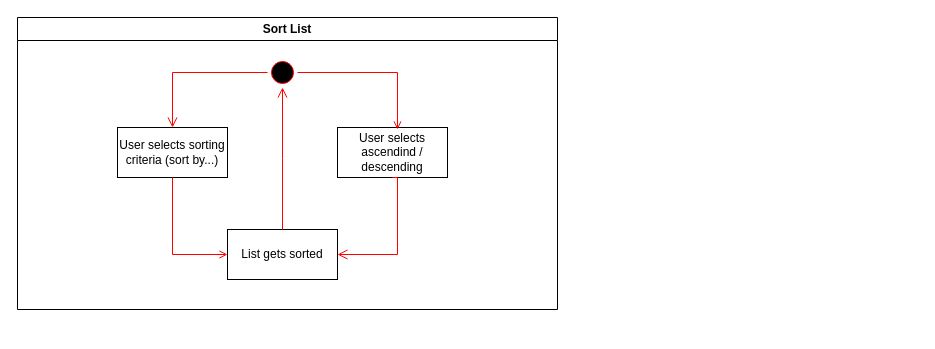
This is diagrams/working/se_activity_diagram_sort-list.drawio from TuDU-SE/documentation, a draw.io file, before an edit. Source tidied: cells renumbered, new cells numbered last; positions are measured from the earlier drawing's top-left corner, leaving out a move shared by most shapes. Both pictures are drawn from the tidied source at 100%, with x=0, y=0 at pixel (17, 17).
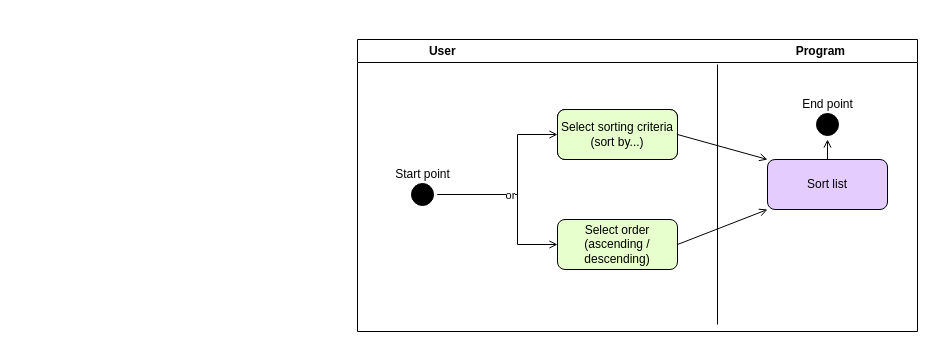
The same diagram, later.

Change to the diagram source:
```diff
@@
-    <mxCell id="2" value="Sort List" style="swimlane;whiteSpace=wrap;startSize=23;" parent="1" vertex="1">
-      <mxGeometry width="540" height="292" as="geometry" />
-    </mxCell>
-    <mxCell id="3" style="ellipse;shape=startState;fillColor=#000000;strokeColor=#ff0000;" parent="2" vertex="1">
-      <mxGeometry x="250" y="40" width="30" height="30" as="geometry" />
-    </mxCell>
-    <mxCell id="4" style="edgeStyle=elbowEdgeStyle;elbow=horizontal;verticalAlign=bottom;endArrow=open;endSize=8;strokeColor=#FF0000;endFill=1;rounded=0;entryX=0.5;entryY=0;entryDx=0;entryDy=0;" parent="2" edge="1" source="3" target="5">
-      <mxGeometry x="100" y="40" as="geometry">
-        <Array as="points">
-          <mxPoint x="155" y="72" />
-        </Array>
-      </mxGeometry>
-    </mxCell>
-    <mxCell id="5" value="User selects sorting criteria (sort by...)" style="whiteSpace=wrap;" parent="2" vertex="1">
-      <mxGeometry x="100" y="110" width="110" height="50" as="geometry" />
-    </mxCell>
-    <mxCell id="6" value="List gets sorted" style="whiteSpace=wrap;" parent="2" vertex="1">
-      <mxGeometry x="210" y="212" width="110" height="50" as="geometry" />
-    </mxCell>
-    <mxCell id="7" style="endArrow=open;strokeColor=#FF0000;endFill=1;rounded=0;entryX=0;entryY=0.5;entryDx=0;entryDy=0;exitX=0.5;exitY=1;exitDx=0;exitDy=0;" parent="2" edge="1" source="5" target="6">
-      <mxGeometry relative="1" as="geometry">
-        <Array as="points">
-          <mxPoint x="155" y="237" />
-        </Array>
-      </mxGeometry>
-    </mxCell>
-    <mxCell id="8" value="User selects ascendind / descending" style="whiteSpace=wrap;" parent="2" vertex="1">
-      <mxGeometry x="320" y="110" width="110" height="50" as="geometry" />
-    </mxCell>
-    <mxCell id="9" style="edgeStyle=elbowEdgeStyle;elbow=horizontal;verticalAlign=bottom;endArrow=open;endSize=8;strokeColor=#FF0000;endFill=1;rounded=0;entryX=1;entryY=0.5;entryDx=0;entryDy=0;exitX=0.5;exitY=1;exitDx=0;exitDy=0;" parent="2" edge="1" source="8" target="6">
-      <mxGeometry x="70" y="59" as="geometry">
-        <Array as="points">
-          <mxPoint x="380" y="232" />
-        </Array>
-      </mxGeometry>
-    </mxCell>
-    <mxCell id="10" style="endArrow=open;strokeColor=#FF0000;endFill=1;rounded=0;exitX=1;exitY=0.5;exitDx=0;exitDy=0;" parent="2" edge="1" source="3">
-      <mxGeometry relative="1" as="geometry">
-        <mxPoint x="380" y="112" as="targetPoint" />
-        <Array as="points">
-          <mxPoint x="380" y="55" />
-        </Array>
-      </mxGeometry>
-    </mxCell>
-    <mxCell id="11" style="edgeStyle=elbowEdgeStyle;elbow=horizontal;verticalAlign=bottom;endArrow=open;endSize=8;strokeColor=#FF0000;endFill=1;rounded=0;exitX=0.5;exitY=0;exitDx=0;exitDy=0;entryX=0.5;entryY=1;entryDx=0;entryDy=0;" parent="2" edge="1" source="6" target="3">
-      <mxGeometry x="-174.6" y="113" as="geometry" />
-    </mxCell>
+    <mxCell id="12" value="User                                                                                                      Program" style="swimlane;whiteSpace=wrap;startSize=23;" parent="1" vertex="1">
+      <mxGeometry x="340" y="22" width="560" height="292" as="geometry" />
+    </mxCell>
+    <mxCell id="13" style="ellipse;shape=startState;fillColor=#000000;strokeColor=#000000;" parent="12" vertex="1">
+      <mxGeometry x="50" y="140" width="30" height="30" as="geometry" />
+    </mxCell>
+    <mxCell id="14" value="Start point" style="text;html=1;align=center;verticalAlign=middle;strokeColor=none;fillColor=none;" parent="12" vertex="1">
+      <mxGeometry x="25" y="120" width="80" height="30" as="geometry" />
+    </mxCell>
+    <mxCell id="15" style="rounded=1;whiteSpace=wrap;html=1;strokeColor=#000000;fillColor=#E5CCFF;" parent="12" vertex="1">
+      <mxGeometry x="200" y="70" width="120" height="50" as="geometry" />
+    </mxCell>
+    <mxCell id="16" style="endArrow=none;html=1;rounded=0;strokeColor=#000000;" parent="12" edge="1">
+      <mxGeometry relative="1" as="geometry">
+        <mxPoint x="360" y="285" as="sourcePoint" />
+        <mxPoint x="360" y="25" as="targetPoint" />
+      </mxGeometry>
+    </mxCell>
+    <mxCell id="17" value="Select order (ascending / descending)" style="rounded=1;whiteSpace=wrap;html=1;strokeColor=#000000;fillColor=#E6FFCC;" parent="12" vertex="1">
+      <mxGeometry x="200" y="180" width="120" height="50" as="geometry" />
+    </mxCell>
+    <mxCell id="18" style="endArrow=open;strokeColor=#000000;endFill=1;rounded=0;entryX=0;entryY=0.5;entryDx=0;entryDy=0;startArrow=none;exitX=1;exitY=0.5;exitDx=0;exitDy=0;" parent="12" edge="1" source="13" target="17">
+      <mxGeometry relative="1" as="geometry">
+        <Array as="points">
+          <mxPoint x="160" y="155" />
+          <mxPoint x="160" y="205" />
+        </Array>
+      </mxGeometry>
+    </mxCell>
+    <mxCell id="19" value="Sort list" style="rounded=1;whiteSpace=wrap;html=1;strokeColor=#000000;fillColor=#E5CCFF;" parent="12" vertex="1">
+      <mxGeometry x="410" y="120" width="120" height="50" as="geometry" />
+    </mxCell>
+    <mxCell id="20" style="endArrow=open;strokeColor=#000000;endFill=1;rounded=0;entryX=0;entryY=1;entryDx=0;entryDy=0;startArrow=none;exitX=1;exitY=0.5;exitDx=0;exitDy=0;" parent="12" edge="1" source="17" target="19">
+      <mxGeometry relative="1" as="geometry" />
+    </mxCell>
+    <mxCell id="21" style="ellipse;shape=startState;fillColor=#000000;strokeColor=#000000;" parent="12" vertex="1">
+      <mxGeometry x="455" y="70" width="30" height="30" as="geometry" />
+    </mxCell>
+    <mxCell id="22" value="End point" style="text;html=1;align=center;verticalAlign=middle;strokeColor=none;fillColor=none;" parent="12" vertex="1">
+      <mxGeometry x="435" y="50" width="70" height="30" as="geometry" />
+    </mxCell>
+    <mxCell id="23" style="endArrow=open;strokeColor=#000000;endFill=1;rounded=0;entryX=0.5;entryY=1;entryDx=0;entryDy=0;startArrow=none;exitX=0.5;exitY=0;exitDx=0;exitDy=0;" parent="12" edge="1" source="19" target="21">
+      <mxGeometry relative="1" as="geometry" />
+    </mxCell>
+    <mxCell id="24" value="Select sorting criteria (sort by...)" style="rounded=1;whiteSpace=wrap;html=1;strokeColor=#000000;fillColor=#E6FFCC;" parent="1" vertex="1">
+      <mxGeometry x="540" y="92" width="120" height="50" as="geometry" />
+    </mxCell>
+    <mxCell id="25" style="endArrow=open;strokeColor=#000000;endFill=1;rounded=0;entryX=0;entryY=0.5;entryDx=0;entryDy=0;startArrow=none;exitX=1;exitY=0.5;exitDx=0;exitDy=0;" parent="1" edge="1" source="13" target="24">
+      <mxGeometry relative="1" as="geometry">
+        <Array as="points">
+          <mxPoint x="500" y="177" />
+          <mxPoint x="500" y="117" />
+        </Array>
+      </mxGeometry>
+    </mxCell>
+    <mxCell id="26" value="or" style="edgeLabel;html=1;align=center;verticalAlign=middle;" parent="25" vertex="1">
+      <mxGeometry x="-0.2" relative="1" as="geometry" />
+    </mxCell>
+    <mxCell id="27" style="endArrow=open;strokeColor=#000000;endFill=1;rounded=0;entryX=0;entryY=0;entryDx=0;entryDy=0;startArrow=none;exitX=1;exitY=0.5;exitDx=0;exitDy=0;" parent="1" edge="1" source="24" target="19">
+      <mxGeometry relative="1" as="geometry" />
+    </mxCell>
```
